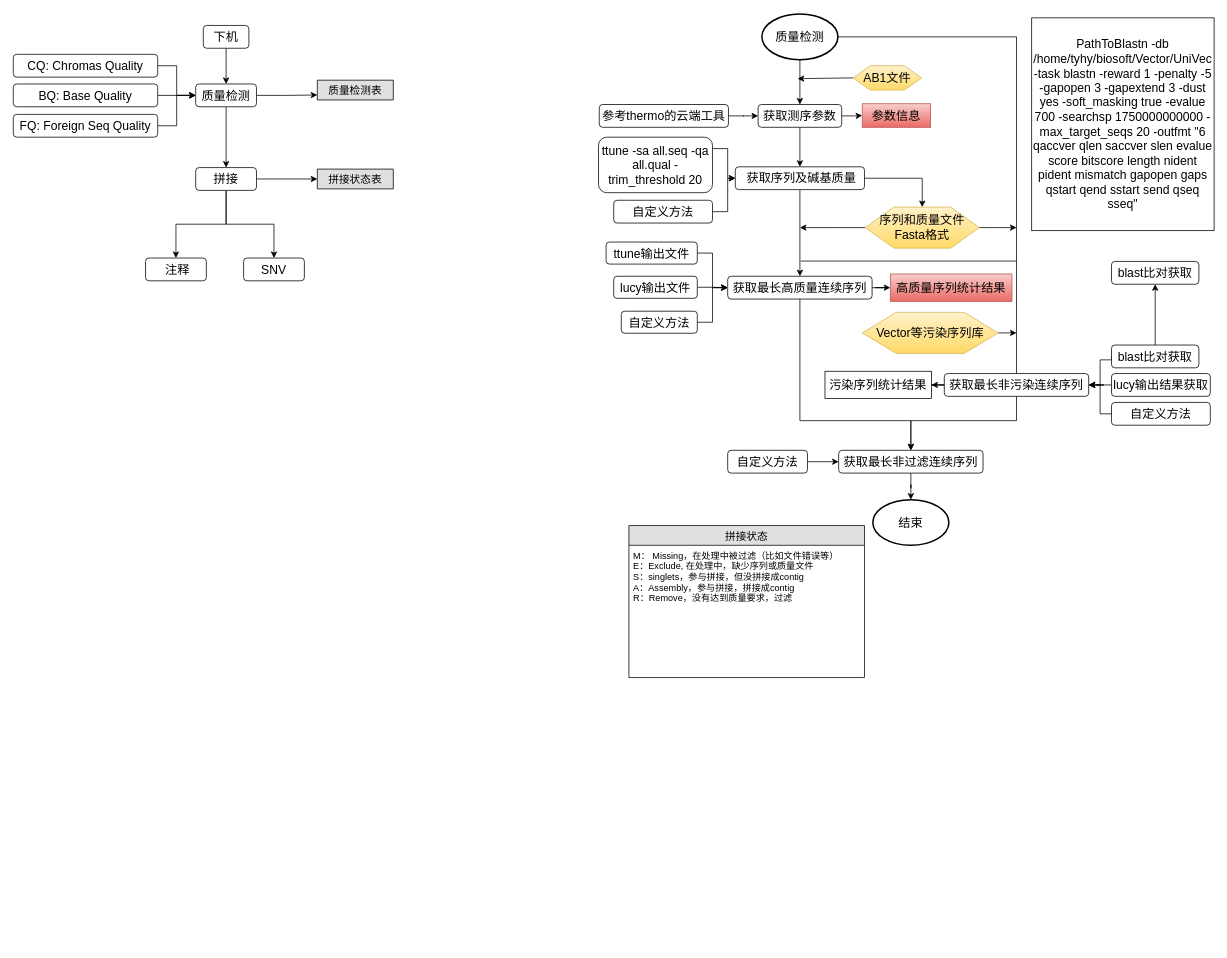
Above: doc/FlowChat.drawio in lry198010/SangerSequenceAnalysis (draw.io), before the change. Source tidied: cells renumbered, new cells numbered last; positions are measured from the earlier drawing's top-left corner, leaving out a move shared by most shapes. Both pictures are drawn from the tidied source at 76%, with x=0, y=0 at pixel (13, 14).
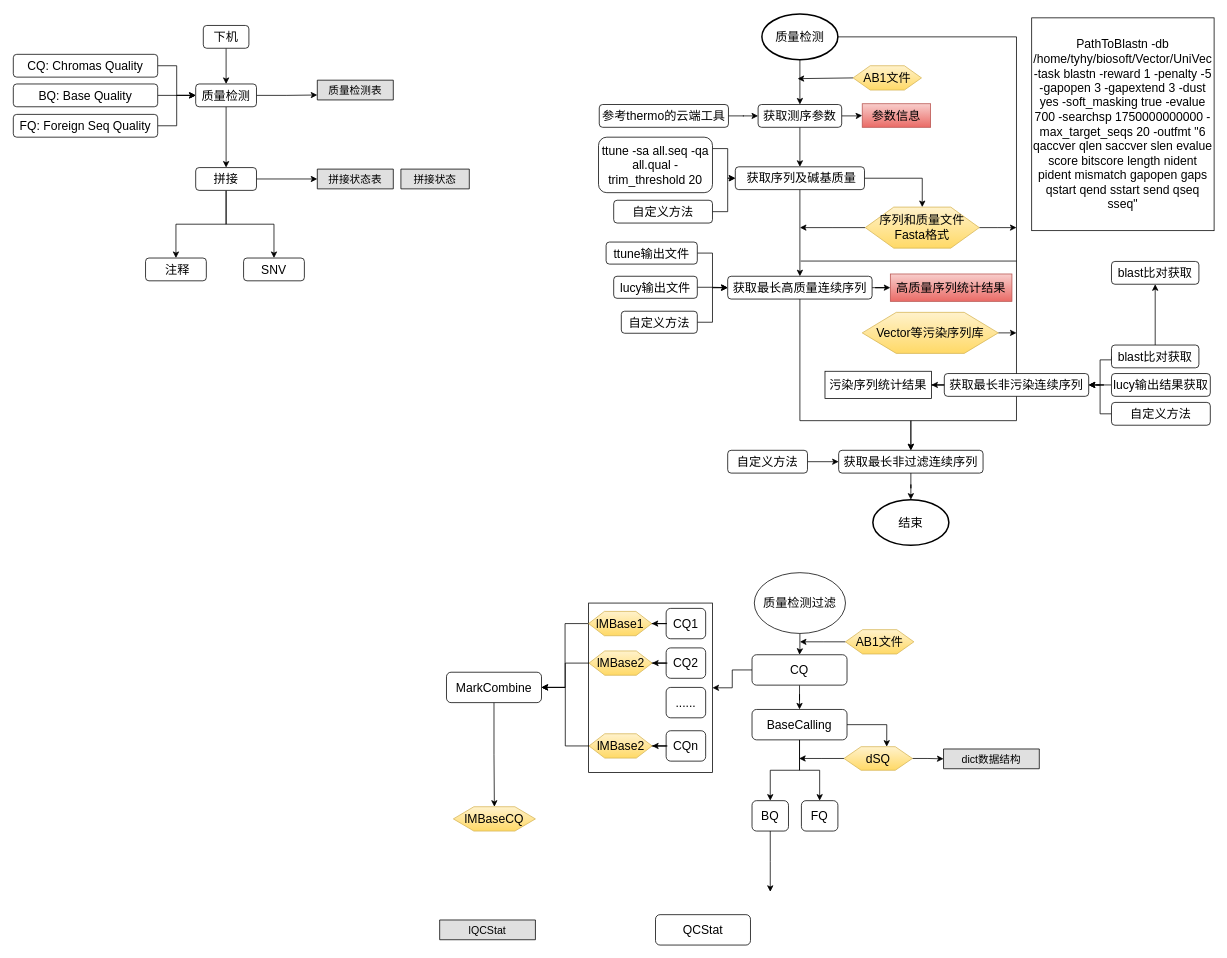
The same diagram, later.

Commit message:
reconstruction of QA workfflow. FlowChat.drawio

Diff of the diagram source:
```diff
@@
-    <mxCell id="70" value="拼接状态" style="swimlane;fontStyle=0;horizontal=1;startSize=26;fillColor=#e0e0e0;swimlaneFillColor=#ffffff;align=center;fontSize=14;" parent="1" vertex="1">
-      <mxGeometry x="810" y="673" width="310" height="200" as="geometry" />
+    <mxCell id="70" value="拼接状态" style="swimlane;fontStyle=0;horizontal=1;startSize=26;fillColor=#e0e0e0;swimlaneFillColor=#ffffff;align=center;fontSize=14;" parent="1" vertex="1" collapsed="1">
+      <mxGeometry x="510" y="204" width="90" height="26" as="geometry" />
     </mxCell>
-    <mxCell id="71" value="M： Missing，在处理中被过滤（比如文件错误等）&#10;E：Exclude, 在处理中，缺少序列或质量文件&#10;S：singlets，参与拼接，但没拼接成contig&#10;A：Assembly，参与拼接，拼接成contig&#10;R：Remove，没有达到质量要求，过滤" style="text;strokeColor=none;fillColor=none;spacingLeft=4;spacingRight=4;overflow=hidden;fontSize=12;" parent="70" vertex="1">
-      <mxGeometry y="26" width="310" height="174" as="geometry" />
-    </mxCell>
@@
+    <mxCell id="75" style="edgeStyle=orthogonalEdgeStyle;rounded=0;jettySize=auto;html=1;fontSize=16;" parent="1" edge="1" source="76" target="79">
+      <mxGeometry relative="1" as="geometry" />
+    </mxCell>
+    <mxCell id="76" value="质量检测过滤" style="ellipse;whiteSpace=wrap;html=1;fontSize=16;" parent="1" vertex="1">
+      <mxGeometry x="975" y="735" width="120" height="80" as="geometry" />
+    </mxCell>
+    <mxCell id="77" style="edgeStyle=orthogonalEdgeStyle;rounded=0;jettySize=auto;html=1;fontSize=16;" parent="1" edge="1" source="79" target="83">
+      <mxGeometry relative="1" as="geometry" />
+    </mxCell>
+    <mxCell id="78" style="edgeStyle=orthogonalEdgeStyle;rounded=0;jettySize=auto;html=1;fontSize=16;" parent="1" edge="1" source="79" target="98">
+      <mxGeometry relative="1" as="geometry" />
+    </mxCell>
+    <mxCell id="79" value="CQ" style="rounded=1;whiteSpace=wrap;html=1;fontSize=16;" parent="1" vertex="1">
+      <mxGeometry x="972" y="843" width="125" height="40" as="geometry" />
+    </mxCell>
+    <mxCell id="80" style="edgeStyle=orthogonalEdgeStyle;rounded=0;jettySize=auto;html=1;fontSize=16;" parent="1" edge="1" source="83" target="85">
+      <mxGeometry relative="1" as="geometry" />
+    </mxCell>
+    <mxCell id="81" style="edgeStyle=orthogonalEdgeStyle;rounded=0;jettySize=auto;html=1;entryX=0.5;entryY=0;entryDx=0;entryDy=0;fontSize=16;" parent="1" edge="1" source="83" target="86">
+      <mxGeometry relative="1" as="geometry" />
+    </mxCell>
+    <mxCell id="82" style="edgeStyle=orthogonalEdgeStyle;rounded=0;jettySize=auto;html=1;entryX=0.625;entryY=0;entryDx=0;entryDy=0;fontSize=16;exitX=1;exitY=0.5;exitDx=0;exitDy=0;" parent="1" edge="1" source="83" target="91">
+      <mxGeometry relative="1" as="geometry" />
+    </mxCell>
+    <mxCell id="83" value="BaseCalling" style="rounded=1;whiteSpace=wrap;html=1;fontSize=16;" parent="1" vertex="1">
+      <mxGeometry x="972" y="915" width="125" height="40" as="geometry" />
+    </mxCell>
+    <mxCell id="84" style="edgeStyle=orthogonalEdgeStyle;rounded=0;jettySize=auto;html=1;fontSize=16;" parent="1" edge="1" source="85">
+      <mxGeometry relative="1" as="geometry">
+        <mxPoint x="996" y="1155" as="targetPoint" />
+      </mxGeometry>
+    </mxCell>
+    <mxCell id="85" value="BQ" style="rounded=1;whiteSpace=wrap;html=1;fontSize=16;" parent="1" vertex="1">
+      <mxGeometry x="972" y="1035" width="48" height="40" as="geometry" />
+    </mxCell>
+    <mxCell id="86" value="FQ" style="rounded=1;whiteSpace=wrap;html=1;fontSize=16;" parent="1" vertex="1">
+      <mxGeometry x="1037" y="1035" width="48" height="40" as="geometry" />
+    </mxCell>
+    <mxCell id="87" style="edgeStyle=orthogonalEdgeStyle;rounded=0;jettySize=auto;html=1;fontSize=16;" parent="1" edge="1" source="88">
+      <mxGeometry relative="1" as="geometry">
+        <mxPoint x="1035" y="826" as="targetPoint" />
+      </mxGeometry>
+    </mxCell>
+    <mxCell id="88" value="AB1文件" style="shape=hexagon;perimeter=hexagonPerimeter2;whiteSpace=wrap;html=1;fontSize=16;gradientColor=#ffd966;fillColor=#fff2cc;strokeColor=#d6b656;" parent="1" vertex="1">
+      <mxGeometry x="1095" y="810" width="90" height="32" as="geometry" />
+    </mxCell>
+    <mxCell id="89" style="edgeStyle=orthogonalEdgeStyle;rounded=0;jettySize=auto;html=1;fontSize=16;" parent="1" edge="1" source="91">
+      <mxGeometry relative="1" as="geometry">
+        <mxPoint x="1034" y="979.5" as="targetPoint" />
+      </mxGeometry>
+    </mxCell>
+    <mxCell id="90" style="edgeStyle=orthogonalEdgeStyle;rounded=0;jettySize=auto;html=1;exitX=1;exitY=0.5;exitDx=0;exitDy=0;entryX=0;entryY=0.5;entryDx=0;entryDy=0;fontSize=16;" parent="1" edge="1" source="91" target="92">
+      <mxGeometry relative="1" as="geometry" />
+    </mxCell>
+    <mxCell id="91" value="dSQ" style="shape=hexagon;perimeter=hexagonPerimeter2;whiteSpace=wrap;html=1;fontSize=16;gradientColor=#ffd966;fillColor=#fff2cc;strokeColor=#d6b656;" parent="1" vertex="1">
+      <mxGeometry x="1093" y="964" width="90" height="31" as="geometry" />
+    </mxCell>
+    <mxCell id="92" value="dict数据结构" style="swimlane;fontStyle=0;horizontal=1;startSize=26;fillColor=#e0e0e0;swimlaneFillColor=#ffffff;align=center;fontSize=14;" parent="1" vertex="1" collapsed="1">
+      <mxGeometry x="1224" y="967" width="126" height="26" as="geometry" />
+    </mxCell>
+    <mxCell id="93" value="lQCStat" style="swimlane;fontStyle=0;horizontal=1;startSize=26;fillColor=#e0e0e0;swimlaneFillColor=#ffffff;align=center;fontSize=14;" parent="1" vertex="1" collapsed="1">
+      <mxGeometry x="561" y="1192" width="126" height="26" as="geometry" />
+    </mxCell>
+    <mxCell id="94" style="edgeStyle=orthogonalEdgeStyle;rounded=0;jettySize=auto;html=1;fontSize=16;entryX=0.5;entryY=0;entryDx=0;entryDy=0;" parent="1" edge="1" source="95" target="97">
+      <mxGeometry relative="1" as="geometry" />
+    </mxCell>
+    <mxCell id="95" value="MarkCombine" style="rounded=1;whiteSpace=wrap;html=1;fontSize=16;" parent="1" vertex="1">
+      <mxGeometry x="570" y="866" width="125" height="40" as="geometry" />
+    </mxCell>
+    <mxCell id="96" value="QCStat" style="rounded=1;whiteSpace=wrap;html=1;fontSize=16;" parent="1" vertex="1">
+      <mxGeometry x="845" y="1185" width="125" height="40" as="geometry" />
+    </mxCell>
+    <mxCell id="97" value="lMBaseCQ" style="shape=hexagon;perimeter=hexagonPerimeter2;whiteSpace=wrap;html=1;fontSize=16;gradientColor=#ffd966;fillColor=#fff2cc;strokeColor=#d6b656;" parent="1" vertex="1">
+      <mxGeometry x="579" y="1043" width="108" height="32" as="geometry" />
+    </mxCell>
+    <mxCell id="98" style="rounded=0;whiteSpace=wrap;html=1;fontSize=16;" parent="1" vertex="1">
+      <mxGeometry x="757" y="775" width="163" height="223" as="geometry" />
+    </mxCell>
+    <mxCell id="99" value="CQ1" style="rounded=1;whiteSpace=wrap;html=1;fontSize=16;" parent="1" vertex="1">
+      <mxGeometry x="859" y="782" width="52" height="40" as="geometry" />
+    </mxCell>
+    <mxCell id="100" value="CQ2" style="rounded=1;whiteSpace=wrap;html=1;fontSize=16;" parent="1" vertex="1">
+      <mxGeometry x="859" y="834" width="52" height="40" as="geometry" />
+    </mxCell>
+    <mxCell id="101" value="......" style="rounded=1;whiteSpace=wrap;html=1;fontSize=16;" parent="1" vertex="1">
+      <mxGeometry x="859" y="886" width="52" height="40" as="geometry" />
+    </mxCell>
+    <mxCell id="102" value="CQn" style="rounded=1;whiteSpace=wrap;html=1;fontSize=16;" parent="1" vertex="1">
+      <mxGeometry x="859" y="943" width="52" height="40" as="geometry" />
+    </mxCell>
+    <mxCell id="103" style="edgeStyle=orthogonalEdgeStyle;rounded=0;jettySize=auto;html=1;entryX=1;entryY=0.5;entryDx=0;entryDy=0;fontSize=16;" parent="1" edge="1" source="99" target="107">
+      <mxGeometry relative="1" as="geometry" />
+    </mxCell>
+    <mxCell id="104" style="edgeStyle=orthogonalEdgeStyle;rounded=0;jettySize=auto;html=1;entryX=1;entryY=0.5;entryDx=0;entryDy=0;fontSize=16;" parent="1" edge="1" source="100" target="109">
+      <mxGeometry relative="1" as="geometry" />
+    </mxCell>
+    <mxCell id="105" style="edgeStyle=orthogonalEdgeStyle;rounded=0;jettySize=auto;html=1;entryX=1;entryY=0.5;entryDx=0;entryDy=0;fontSize=16;" parent="1" edge="1" source="102" target="111">
+      <mxGeometry relative="1" as="geometry" />
+    </mxCell>
+    <mxCell id="106" style="edgeStyle=orthogonalEdgeStyle;rounded=0;jettySize=auto;html=1;entryX=1;entryY=0.5;entryDx=0;entryDy=0;fontSize=16;" parent="1" edge="1" source="107" target="95">
+      <mxGeometry relative="1" as="geometry" />
+    </mxCell>
+    <mxCell id="107" value="lMBase1" style="shape=hexagon;perimeter=hexagonPerimeter2;whiteSpace=wrap;html=1;fontSize=16;gradientColor=#ffd966;fillColor=#fff2cc;strokeColor=#d6b656;" parent="1" vertex="1">
+      <mxGeometry x="757" y="786" width="83" height="32" as="geometry" />
+    </mxCell>
+    <mxCell id="108" style="edgeStyle=orthogonalEdgeStyle;rounded=0;jettySize=auto;html=1;entryX=1;entryY=0.5;entryDx=0;entryDy=0;fontSize=16;" parent="1" edge="1" source="109" target="95">
+      <mxGeometry relative="1" as="geometry" />
+    </mxCell>
+    <mxCell id="109" value="lMBase2" style="shape=hexagon;perimeter=hexagonPerimeter2;whiteSpace=wrap;html=1;fontSize=16;gradientColor=#ffd966;fillColor=#fff2cc;strokeColor=#d6b656;" parent="1" vertex="1">
+      <mxGeometry x="757.5" y="838" width="83" height="32" as="geometry" />
+    </mxCell>
+    <mxCell id="110" style="edgeStyle=orthogonalEdgeStyle;rounded=0;jettySize=auto;html=1;entryX=1;entryY=0.5;entryDx=0;entryDy=0;fontSize=16;" parent="1" edge="1" source="111" target="95">
+      <mxGeometry relative="1" as="geometry" />
+    </mxCell>
+    <mxCell id="111" value="lMBase2" style="shape=hexagon;perimeter=hexagonPerimeter2;whiteSpace=wrap;html=1;fontSize=16;gradientColor=#ffd966;fillColor=#fff2cc;strokeColor=#d6b656;" parent="1" vertex="1">
+      <mxGeometry x="757.5" y="947" width="83" height="32" as="geometry" />
+    </mxCell>
```
